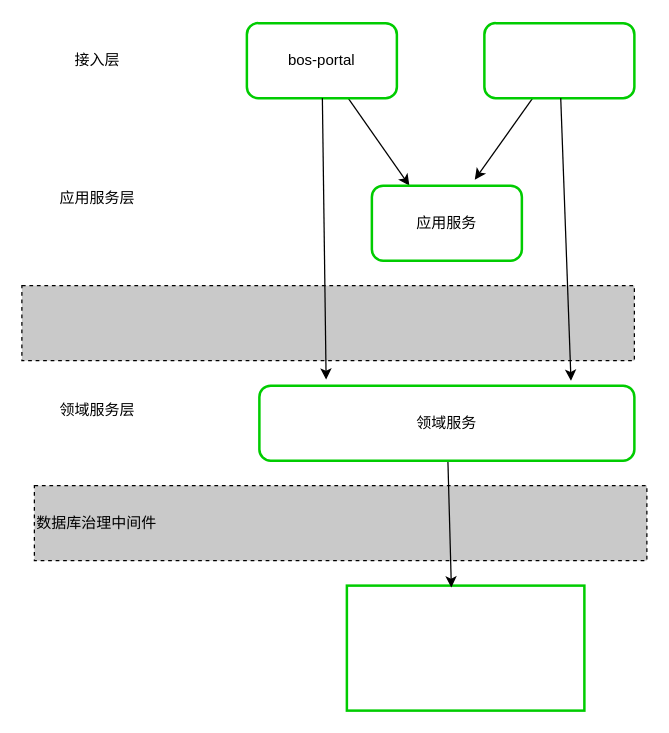
Before: 技术中台-统一检索平台(bos重构-bos-portal的ddd设计架构).drawio in yindongjun/drawio-3, a draw.io diagram. Source tidied: cells renumbered, new cells numbered last; positions are measured from the earlier drawing's top-left corner, leaving out a move shared by most shapes. Both pictures are drawn from the tidied source at 125%, with x=0, y=0 at pixel (21, 22).
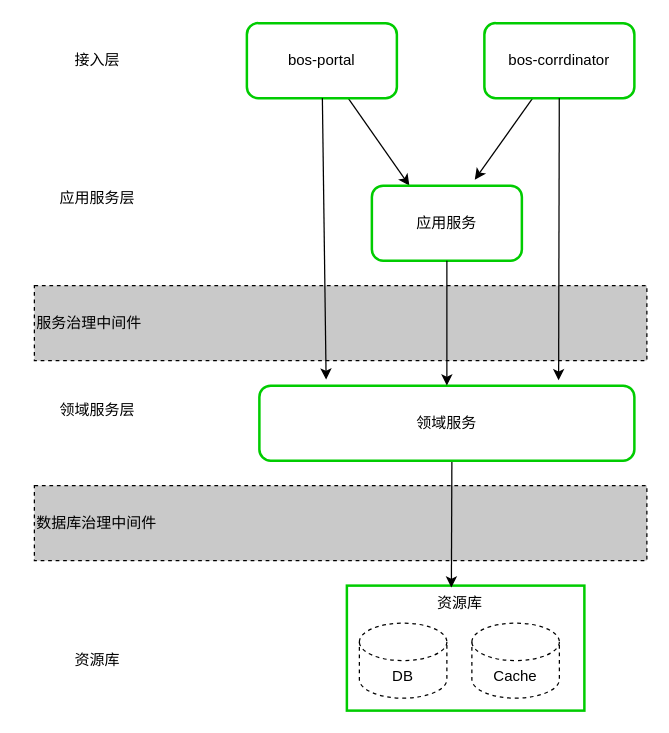
After the change.

Commit message:
Update 技术中台-统一检索平台(bos重构-bos-portal的ddd设计架构).drawio

Unchanged cells that the change refers to:
```xml
<mxCell id="7" value="应用服务" style="rounded=1;whiteSpace=wrap;html=1;strokeColor=#00CC00;shadow=0;strokeWidth=2;" parent="1" vertex="1">
  <mxGeometry x="280" y="130" width="120" height="60" as="geometry" />
</mxCell>
<mxCell id="8" style="rounded=10;whiteSpace=wrap;html=1;strokeColor=#00CC00;shadow=0;strokeWidth=2;" parent="1" vertex="1">
  <mxGeometry x="260" y="450" width="190" height="100" as="geometry" />
</mxCell>
<mxCell id="14" value="领域服务" style="rounded=1;whiteSpace=wrap;html=1;strokeColor=#00CC00;shadow=0;strokeWidth=2;" parent="1" vertex="1">
  <mxGeometry x="190" y="290" width="300" height="60" as="geometry" />
</mxCell>
```

The edit, as a diff of the source:
```diff
@@
-    <mxCell id="6" style="rounded=1;whiteSpace=wrap;html=1;strokeColor=#00CC00;shadow=0;strokeWidth=2;" parent="1" vertex="1">
+    <mxCell id="6" value="bos-corrdinator" style="rounded=1;whiteSpace=wrap;html=1;strokeColor=#00CC00;shadow=0;strokeWidth=2;" parent="1" vertex="1">
       <mxGeometry x="370" width="120" height="60" as="geometry" />
     </mxCell>
@@
-    <mxCell id="9" style="rounded=0;whiteSpace=wrap;html=1;shadow=0;dashed=1;fillColor=#C9C9C9;" parent="1" vertex="1">
-      <mxGeometry y="210" width="490" height="60" as="geometry" />
+    <mxCell id="9" value="服务治理中间件" style="rounded=0;whiteSpace=wrap;html=1;shadow=0;dashed=1;fillColor=#C9C9C9;align=left;" parent="1" vertex="1">
+      <mxGeometry x="10" y="210" width="490" height="60" as="geometry" />
     </mxCell>
@@
-    <mxCell id="11" style="edgeStyle=none;rounded=0;jettySize=auto;html=1;entryX=0.831;entryY=-0.064;entryDx=0;entryDy=0;entryPerimeter=0;" parent="1" edge="1" source="6" target="14">
+    <mxCell id="11" style="edgeStyle=none;rounded=0;jettySize=auto;html=1;entryX=0.798;entryY=-0.07;entryDx=0;entryDy=0;entryPerimeter=0;" parent="1" edge="1" source="6" target="14">
       <mxGeometry relative="1" as="geometry" />
     </mxCell>
@@
-    <mxCell id="13" style="edgeStyle=none;rounded=0;jettySize=auto;html=1;entryX=0.44;entryY=0.015;entryDx=0;entryDy=0;entryPerimeter=0;" parent="1" edge="1" source="14" target="8">
-      <mxGeometry relative="1" as="geometry" />
+    <mxCell id="13" style="edgeStyle=none;rounded=0;jettySize=auto;html=1;entryX=0.44;entryY=0.015;entryDx=0;entryDy=0;entryPerimeter=0;" parent="1" edge="1" target="8">
+      <mxGeometry relative="1" as="geometry">
+        <mxPoint x="344" y="351" as="sourcePoint" />
+      </mxGeometry>
     </mxCell>
@@
+    <mxCell id="17" value="DB" style="shape=cylinder3;whiteSpace=wrap;html=1;boundedLbl=1;backgroundOutline=1;size=15;shadow=0;dashed=1;fillColor=#FFFFFF;" parent="1" vertex="1">
+      <mxGeometry x="270" y="480" width="70" height="60" as="geometry" />
+    </mxCell>
+    <mxCell id="18" value="Cache" style="shape=cylinder3;whiteSpace=wrap;html=1;boundedLbl=1;backgroundOutline=1;size=15;shadow=0;dashed=1;fillColor=#FFFFFF;" parent="1" vertex="1">
+      <mxGeometry x="360" y="480" width="70" height="60" as="geometry" />
+    </mxCell>
+    <mxCell id="19" value="资源库" style="text;html=1;align=center;verticalAlign=middle;" parent="1" vertex="1">
+      <mxGeometry x="325" y="454" width="50" height="20" as="geometry" />
+    </mxCell>
+    <mxCell id="20" value="资源库" style="text;html=1;align=center;verticalAlign=middle;" parent="1" vertex="1">
+      <mxGeometry x="35" y="500" width="50" height="20" as="geometry" />
+    </mxCell>
+    <mxCell id="21" style="edgeStyle=none;rounded=0;jettySize=auto;html=1;entryX=0.5;entryY=0;entryDx=0;entryDy=0;" parent="1" edge="1" source="7" target="14">
+      <mxGeometry relative="1" as="geometry" />
+    </mxCell>
```
